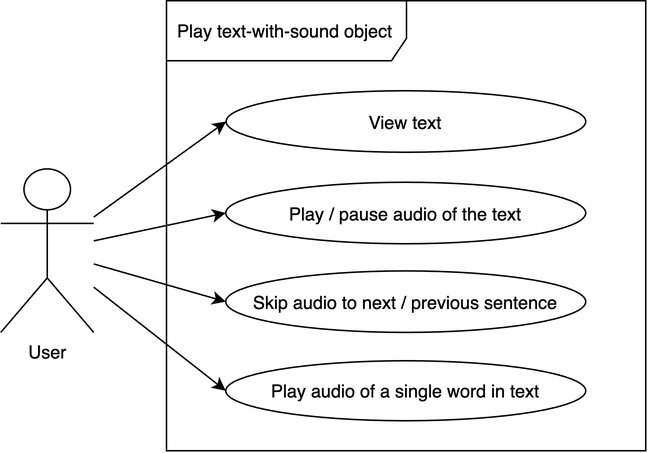
Above: diagram-Usecase: Play text-with-sound object.png in linhabc/Learning_viet (draw.io), before the change. Source tidied: cells renumbered, new cells last; positions are measured from the earlier drawing's top-left corner, leaving out a move shared by most shapes.
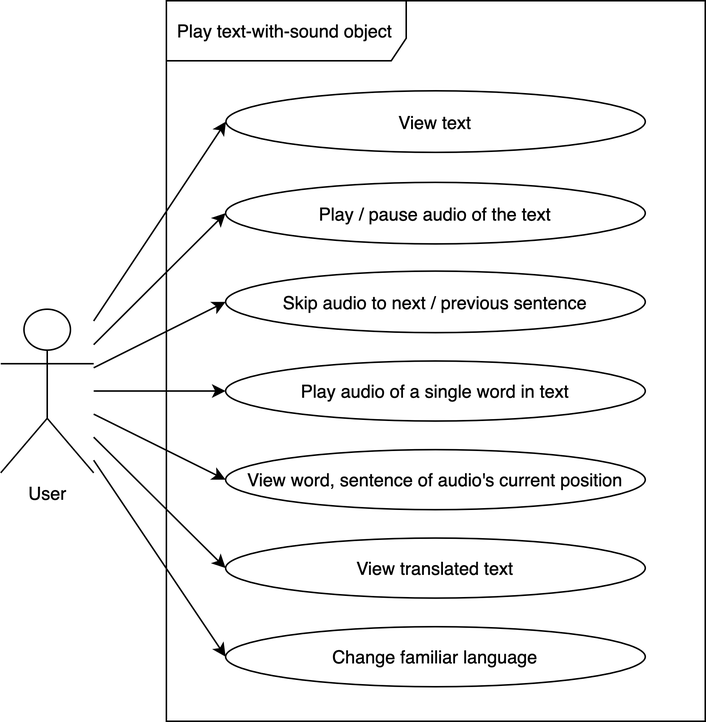
Above is the later version.

Diff of the diagram source:
```diff
@@ -3,7 +3,7 @@
     <mxCell id="0" />
     <mxCell id="1" parent="0" />
     <mxCell id="2" value="Play text-with-sound object" style="shape=umlFrame;whiteSpace=wrap;html=1;width=160;height=40;boundedLbl=1;verticalAlign=middle;align=left;spacingLeft=5;" parent="1" vertex="1">
-      <mxGeometry x="110.5" width="319.5" height="300" as="geometry" />
+      <mxGeometry x="110.5" width="359.5" height="480" as="geometry" />
     </mxCell>
     <mxCell id="3" style="edgeStyle=none;rounded=0;sketch=0;jettySize=auto;html=1;entryX=0;entryY=0.5;entryDx=0;entryDy=0;shadow=0;endArrow=classic;endFill=1;" parent="1" edge="1" source="5" target="6">
       <mxGeometry relative="1" as="geometry" />
@@ -12,25 +12,43 @@
       <mxGeometry relative="1" as="geometry" />
     </mxCell>
     <mxCell id="5" value="User" style="shape=umlActor;verticalLabelPosition=bottom;verticalAlign=top;html=1;" parent="1" vertex="1">
-      <mxGeometry y="112.1" width="62" height="109" as="geometry" />
+      <mxGeometry y="205.5" width="62" height="109" as="geometry" />
     </mxCell>
     <mxCell id="6" value="Play audio of a single word in text" style="ellipse;whiteSpace=wrap;html=1;" parent="1" vertex="1">
-      <mxGeometry x="150" y="240" width="240" height="40" as="geometry" />
+      <mxGeometry x="150" y="240" width="280" height="40" as="geometry" />
     </mxCell>
     <mxCell id="7" value="View text" style="ellipse;whiteSpace=wrap;html=1;" parent="1" vertex="1">
-      <mxGeometry x="150.2" y="60" width="239.8" height="41" as="geometry" />
+      <mxGeometry x="150.2" y="60" width="279.8" height="41" as="geometry" />
     </mxCell>
     <mxCell id="8" style="edgeStyle=none;rounded=0;sketch=0;jettySize=auto;html=1;entryX=0;entryY=0.5;entryDx=0;entryDy=0;shadow=0;endArrow=classic;endFill=1;" parent="1" edge="1" source="5" target="9">
       <mxGeometry relative="1" as="geometry" />
     </mxCell>
     <mxCell id="9" value="Play / pause audio of the text" style="ellipse;whiteSpace=wrap;html=1;" parent="1" vertex="1">
-      <mxGeometry x="150" y="121" width="240" height="41" as="geometry" />
+      <mxGeometry x="150" y="121" width="280" height="41" as="geometry" />
     </mxCell>
     <mxCell id="10" style="edgeStyle=none;rounded=0;sketch=0;jettySize=auto;html=1;entryX=0;entryY=0.5;entryDx=0;entryDy=0;shadow=0;endArrow=classic;endFill=1;" parent="1" edge="1" source="5" target="11">
       <mxGeometry relative="1" as="geometry" />
     </mxCell>
     <mxCell id="11" value="Skip audio to next / previous sentence" style="ellipse;whiteSpace=wrap;html=1;" parent="1" vertex="1">
-      <mxGeometry x="150" y="180.1" width="240" height="41" as="geometry" />
+      <mxGeometry x="150" y="180.1" width="280" height="41" as="geometry" />
     </mxCell>
+    <mxCell id="12" style="edgeStyle=none;rounded=0;sketch=0;jettySize=auto;html=1;entryX=0;entryY=0.5;entryDx=0;entryDy=0;shadow=0;endArrow=classic;endFill=1;" parent="1" edge="1" source="5" target="13">
+      <mxGeometry relative="1" as="geometry" />
+    </mxCell>
+    <mxCell id="13" value="View word, sentence of audio's current position" style="ellipse;whiteSpace=wrap;html=1;" parent="1" vertex="1">
+      <mxGeometry x="150" y="299.1" width="280" height="40" as="geometry" />
+    </mxCell>
+    <mxCell id="14" style="edgeStyle=none;rounded=0;sketch=0;jettySize=auto;html=1;entryX=0;entryY=0.5;entryDx=0;entryDy=0;shadow=0;endArrow=classic;endFill=1;" parent="1" edge="1" source="5" target="15">
+      <mxGeometry relative="1" as="geometry" />
+    </mxCell>
+    <mxCell id="15" value="View translated text" style="ellipse;whiteSpace=wrap;html=1;" parent="1" vertex="1">
+      <mxGeometry x="150" y="357.9" width="280" height="40" as="geometry" />
+    </mxCell>
+    <mxCell id="16" style="edgeStyle=none;rounded=0;sketch=0;jettySize=auto;html=1;entryX=0;entryY=0.5;entryDx=0;entryDy=0;shadow=0;endArrow=classic;endFill=1;" parent="1" edge="1" source="5" target="17">
+      <mxGeometry relative="1" as="geometry" />
+    </mxCell>
+    <mxCell id="17" value="Change familiar language" style="ellipse;whiteSpace=wrap;html=1;" parent="1" vertex="1">
+      <mxGeometry x="150" y="417" width="280" height="40" as="geometry" />
+    </mxCell>
   </root>
 </mxGraphModel>
```
